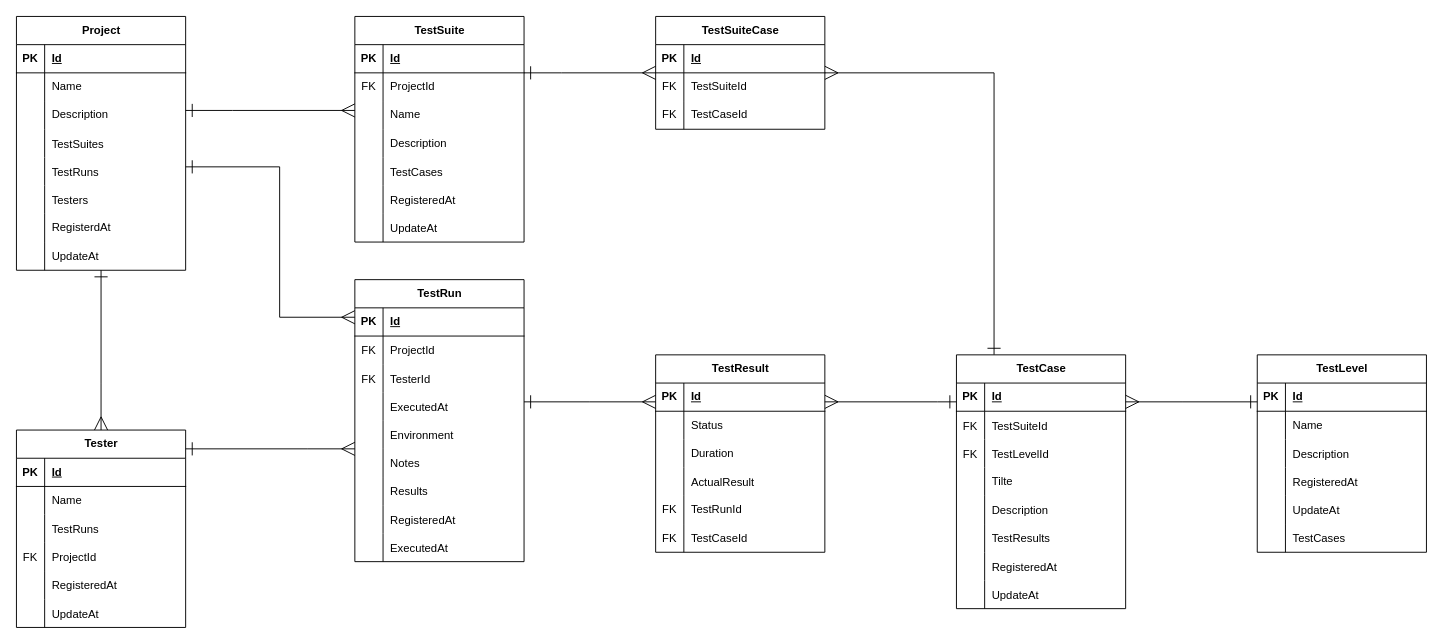
Above: page "テスト結果管理" (1 of 2) of doc/design/ER_diagram.drawio in CountrySideEngineer/TestManagement (draw.io), before the change. Source tidied: cells renumbered, new cells numbered last; positions are measured from the earlier drawing's top-left corner, leaving out a move shared by most shapes. Both pictures are drawn from the tidied source at 94%, with x=0, y=0 at pixel (16, 16).
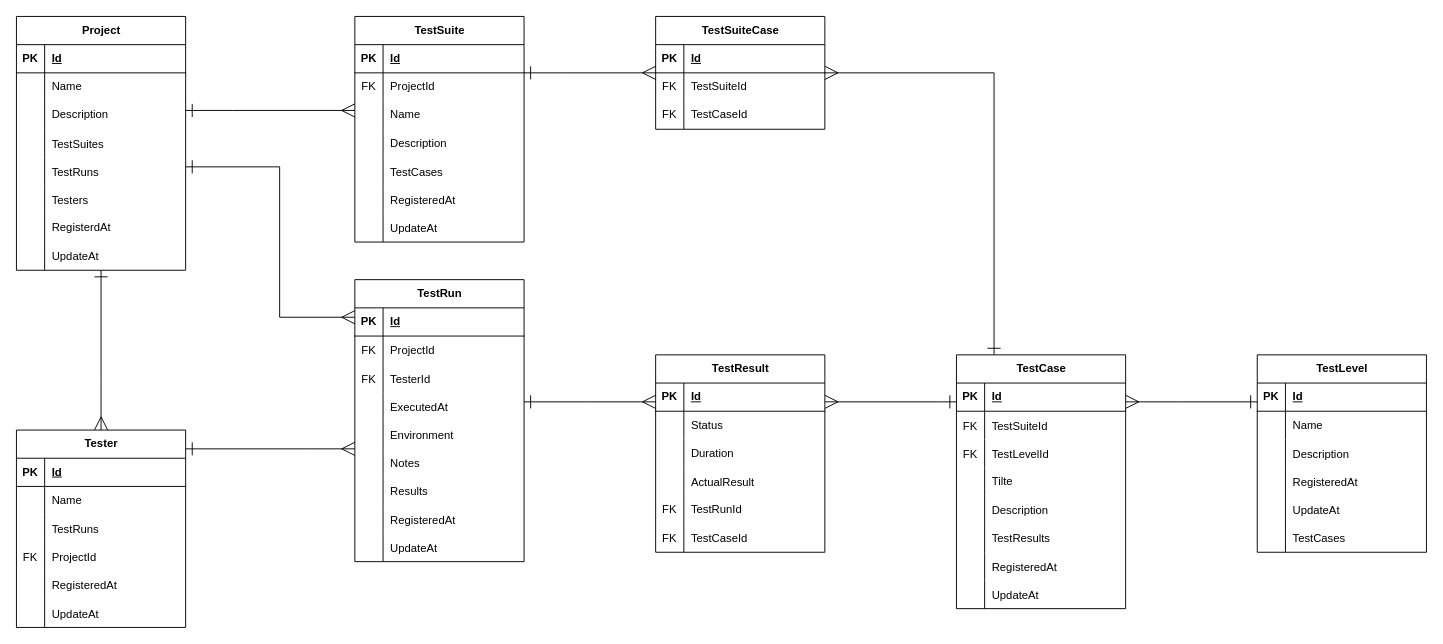
After the change.

Unchanged cells that the change refers to:
```xml
<mxCell id="54" style="shape=tableRow;horizontal=0;startSize=0;swimlaneHead=0;swimlaneBody=0;fillColor=none;top=0;left=0;right=0;bottom=0;" parent="29" vertex="1">
  <mxGeometry y="270" width="180" height="30" as="geometry" />
</mxCell>
```

What changed in the source:
```diff
@@
-    <mxCell id="56" value="ExecutedAt" style="shape=partialRectangle;fillColor=none;top=0;left=0;bottom=0;right=0;align=left;spacingLeft=6;overflow=hidden;" parent="54" vertex="1">
+    <mxCell id="56" value="UpdateAt" style="shape=partialRectangle;fillColor=none;top=0;left=0;bottom=0;right=0;align=left;spacingLeft=6;overflow=hidden;" parent="54" vertex="1">
       <mxGeometry x="30" width="150" height="30" as="geometry" />
     </mxCell>
```
